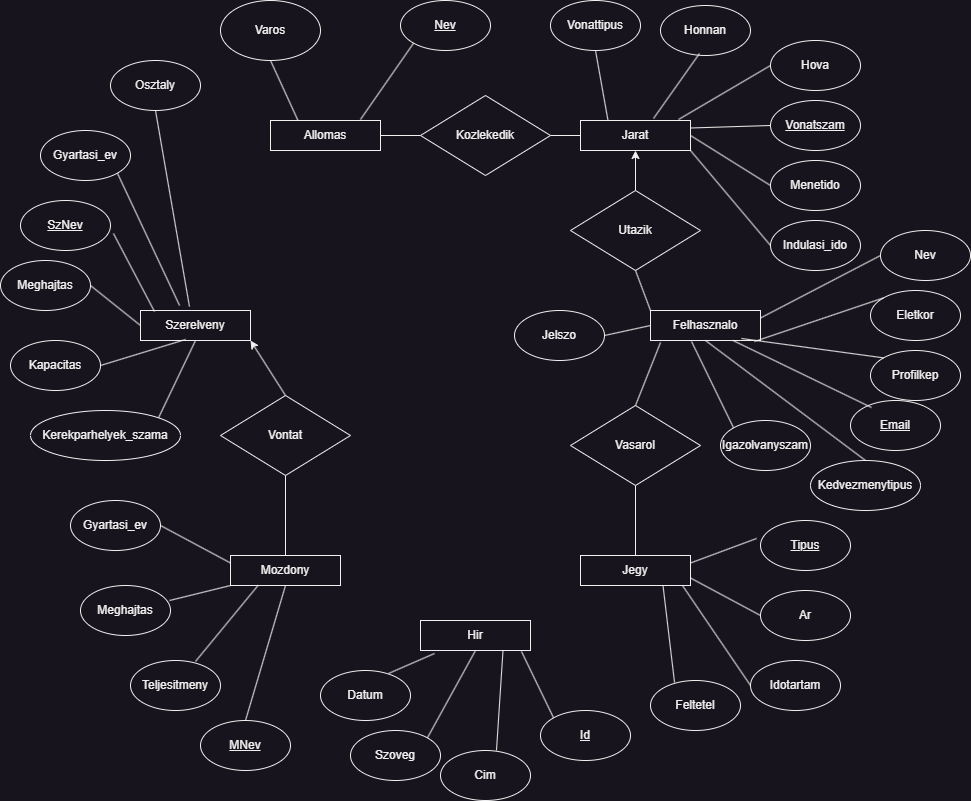
The draw.io diagram Doksi képek és modellek/Vasut EK.drawio.png in sanyopapa/adatb_alapu, before a commit. Source tidied: cells renumbered, new cells last; positions are measured from the earlier drawing's top-left corner, leaving out a move shared by most shapes.
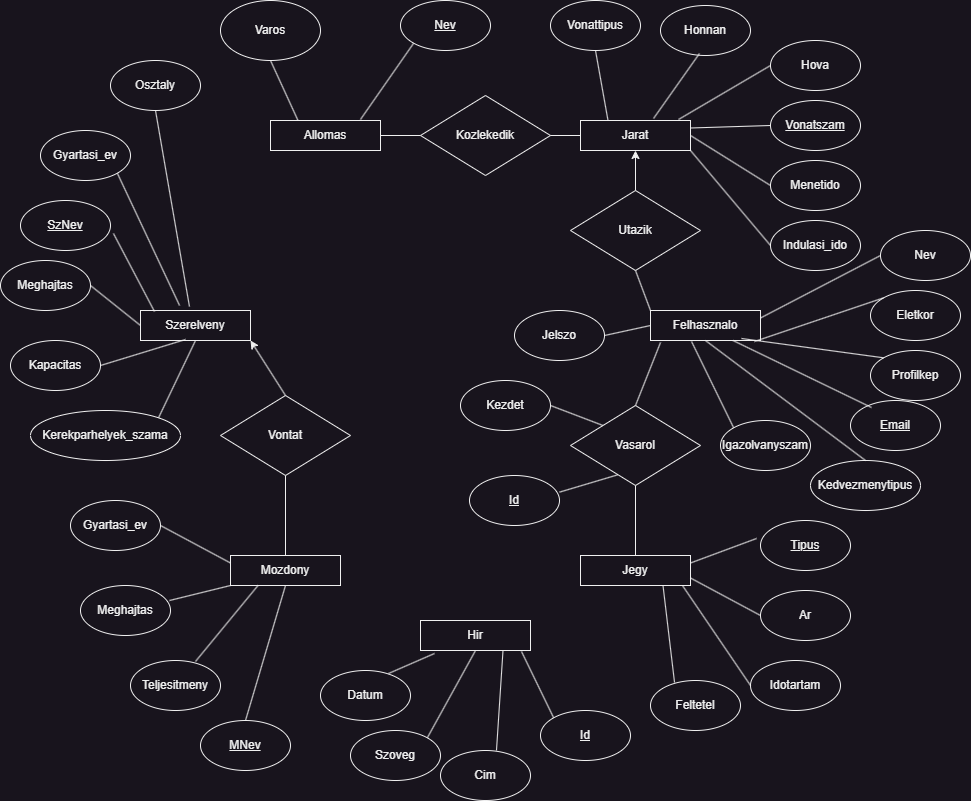
The same file after the commit.

The edit, as a diff of the source:
```diff
@@ -257,5 +257,17 @@
     <mxCell id="86" style="endArrow=none;html=1;rounded=0;entryX=0;entryY=0.5;entryDx=0;entryDy=0;exitX=1;exitY=0.5;exitDx=0;exitDy=0;" parent="1" edge="1" source="85" target="20">
       <mxGeometry relative="1" as="geometry" />
     </mxCell>
+    <mxCell id="87" value="Kezdet" style="ellipse;whiteSpace=wrap;html=1;" parent="1" vertex="1">
+      <mxGeometry x="460" y="380" width="90" height="50" as="geometry" />
+    </mxCell>
+    <mxCell id="88" value="&lt;u&gt;Id&lt;/u&gt;" style="ellipse;whiteSpace=wrap;html=1;" parent="1" vertex="1">
+      <mxGeometry x="469" y="475" width="90" height="50" as="geometry" />
+    </mxCell>
+    <mxCell id="89" style="endArrow=none;html=1;rounded=0;entryX=1;entryY=0.5;entryDx=0;entryDy=0;exitX=0;exitY=0;exitDx=0;exitDy=0;" parent="1" edge="1" source="73" target="87">
+      <mxGeometry relative="1" as="geometry" />
+    </mxCell>
+    <mxCell id="90" style="endArrow=none;html=1;rounded=0;entryX=0.362;entryY=0.867;entryDx=0;entryDy=0;entryPerimeter=0;exitX=1;exitY=0.333;exitDx=0;exitDy=0;exitPerimeter=0;" parent="1" edge="1" source="88" target="73">
+      <mxGeometry relative="1" as="geometry" />
+    </mxCell>
   </root>
 </mxGraphModel>
```
